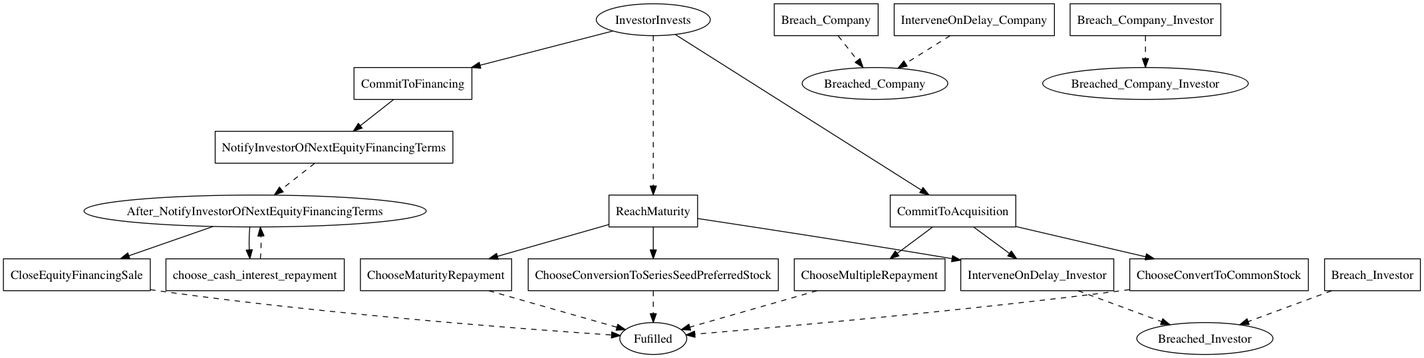
This is linear_state_machine_language/pyL4/examples/out_graphviz/serious/KISS.png from Marcao02/complaw-deeptech, a Graphviz export, as it was before one commit. Its source is kept beside it as linear_state_machine_language/pyL4/examples/out_graphviz/serious/KISS.dot.
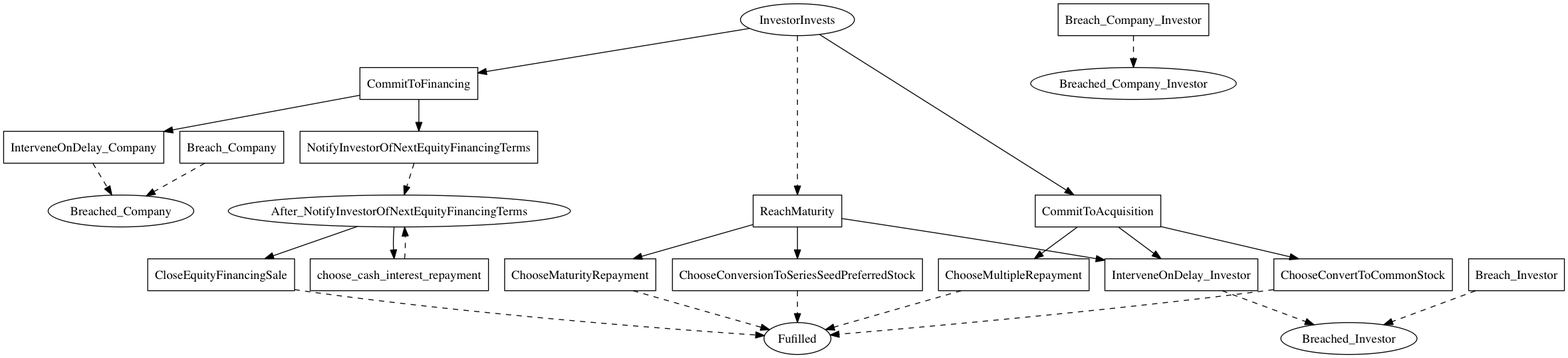
The same file after the commit.

The edit, as a diff of the source:
```diff
@@ -30,6 +30,7 @@
 	InvestorInvests -> CommitToFinancing;
 	InvestorInvests -> ReachMaturity [style=dashed];
 	CommitToFinancing -> NotifyInvestorOfNextEquityFinancingTerms;
+	CommitToFinancing -> InterveneOnDelay_Company;
 	After_NotifyInvestorOfNextEquityFinancingTerms -> choose_cash_interest_repayment;
 	After_NotifyInvestorOfNextEquityFinancingTerms -> CloseEquityFinancingSale;
 	CommitToAcquisition -> ChooseMultipleRepayment;
```
